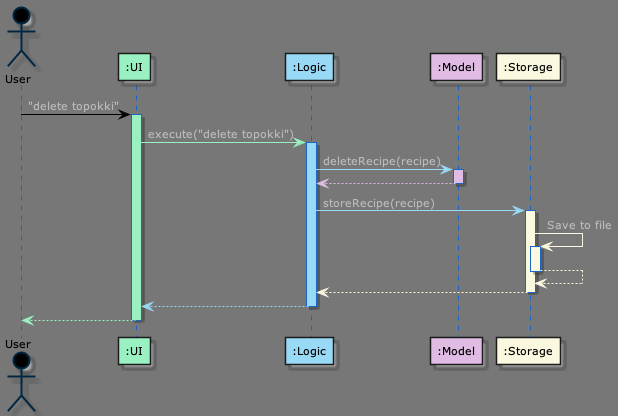
Earlier version of the PlantUML export docs/umlDiagrams/img/ArchitectureSequenceDiagram.png (yusufaine/tp).
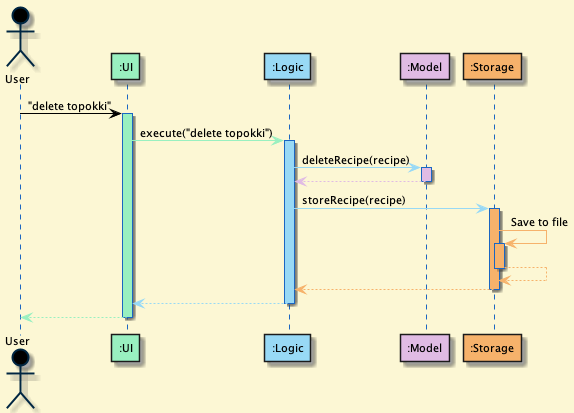
Later version of the same file.

Commit message:
docs: update sequence diagram storage color

The edit, as a diff of the source:
```diff
@@ -1,5 +1,5 @@
 @startuml
-!define DARKBLUE3
+!define DARKBLUE2
 !include style.puml
 
 Actor User as user USER_COLOR
```
